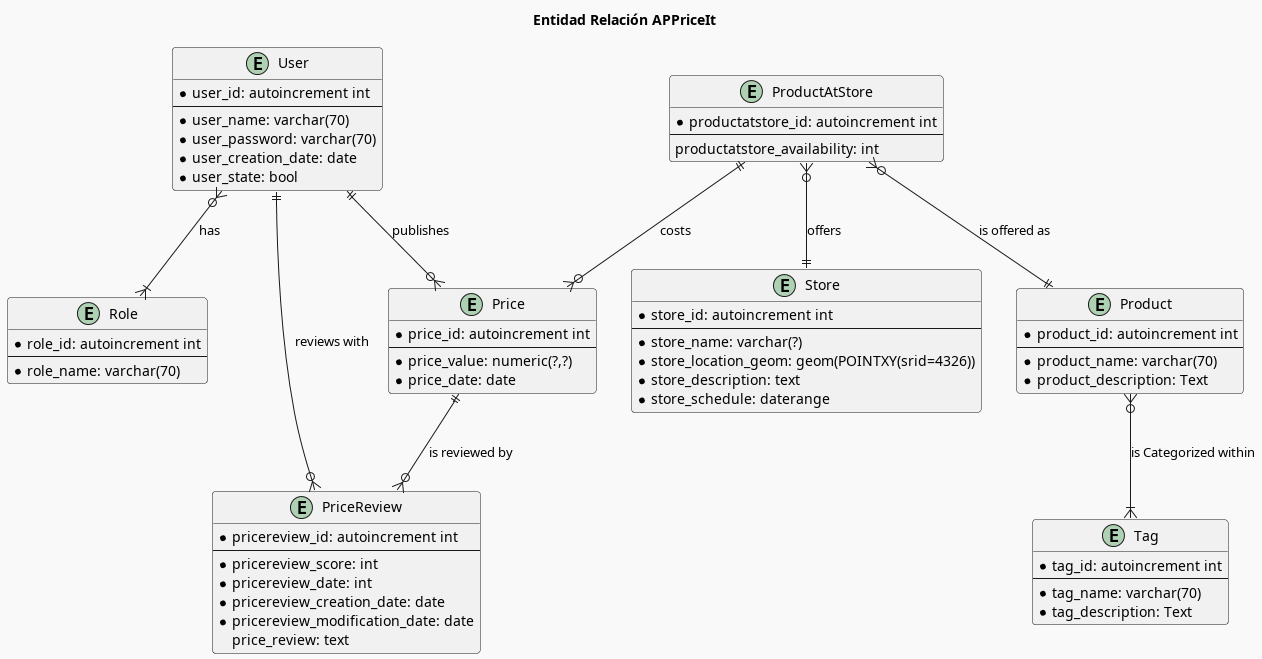
Above: docs/entity_relationship/er.png in ProgramaPatos/APPriceIt_Backend (PlantUML), before the change. Its diagram source:
```plantuml
@startuml er
allow_mixing
!include ../constants.plantuml
!procedure $rel($name, $from, $modFrom, $to, $modTo, $desc="")
    $from $modFrom-- $name
    $name --$modTo $to
    class $name << (R,#CB0E00) $desc >>
!endprocedure

title Entidad Relación APPriceIt

entity User {
    * user_id: autoincrement int
    --
    * user_name: varchar(70)
    * user_password: varchar(70)
    * user_creation_date: date
    * user_state: bool
}

entity Role {
    * role_id: autoincrement int
    --
    * role_name: varchar(70)
}

User }o--|{ Role : has

Entity Store {
    * store_id: autoincrement int
    --
    * store_name: varchar(?)
    * store_location_geom: geom(POINTXY(srid=4326))
    * store_description: text
    * store_schedule: daterange
}

Entity Product {
    * product_id: autoincrement int
    --
    * product_name: varchar(70)
    * product_description: Text
}


Entity Tag {
    * tag_id: autoincrement int
    --
    * tag_name: varchar(70)
    * tag_description: Text
}


Product }o--|{ Tag : is Categorized within

Entity Price {
    * price_id: autoincrement int
    --
    * price_value: numeric(?,?)
    * price_date: date
}

User ||--o{ Price : publishes


Entity PriceReview {
    * pricereview_id: autoincrement int
    --
    * pricereview_score: int
    * pricereview_date: int
    * pricereview_creation_date: date
    * pricereview_modification_date: date
    price_review: text
}

Price ||--o{ PriceReview : is reviewed by
User ||--o{ PriceReview : reviews with


Entity ProductAtStore {
    * productatstore_id: autoincrement int
    --
    productatstore_availability: int
}

ProductAtStore }o--|| Store : offers
ProductAtStore }o--|| Product : is offered as

ProductAtStore ||--o{ Price : costs


@enduml
```
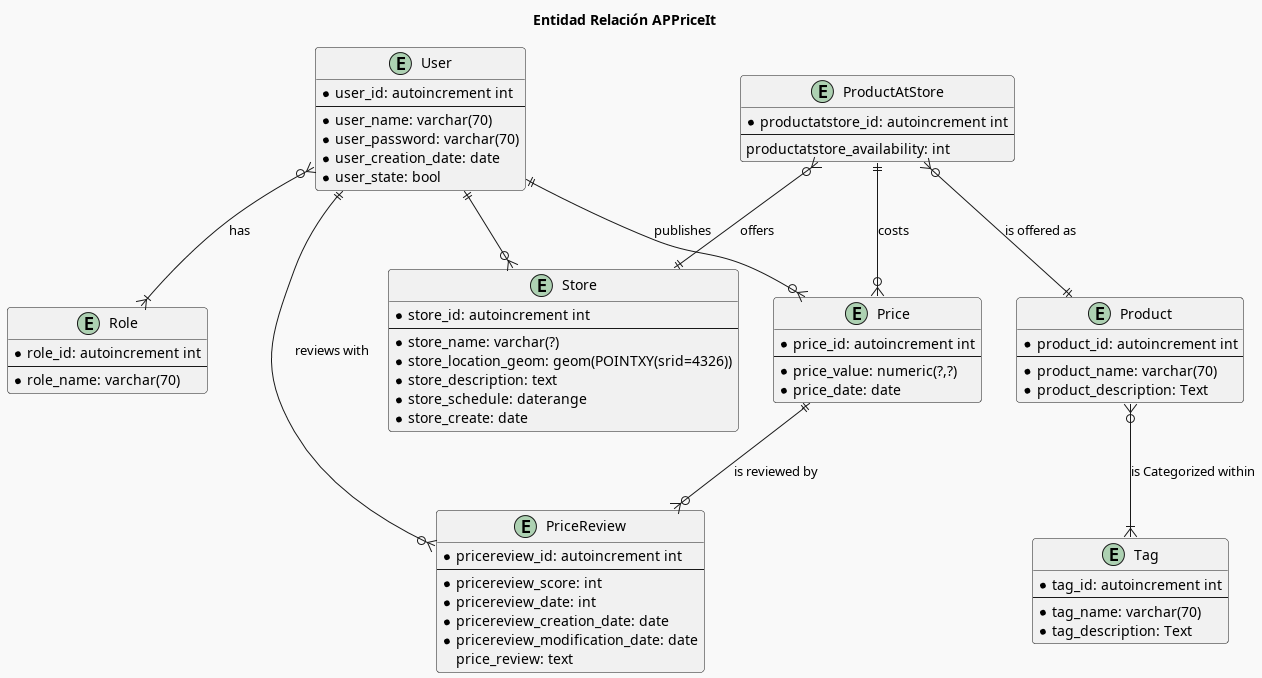
Above is the later version.

Commit message:
docs: er a store must have a creator user

Change to the diagram source:
```diff
@@ -9,6 +9,17 @@
 
 title Entidad Relación APPriceIt
 
+Entity Store {
+    * store_id: autoincrement int
+    --
+    * store_name: varchar(?)
+    * store_location_geom: geom(POINTXY(srid=4326))
+    * store_description: text
+    * store_schedule: daterange
+    * store_create: date
+}
+
+
 entity User {
     * user_id: autoincrement int
     --
@@ -18,6 +29,8 @@
     * user_state: bool
 }
 
+User ||--o{ Store
+
 entity Role {
     * role_id: autoincrement int
     --
@@ -26,14 +39,6 @@
 
 User }o--|{ Role : has
 
-Entity Store {
-    * store_id: autoincrement int
-    --
-    * store_name: varchar(?)
-    * store_location_geom: geom(POINTXY(srid=4326))
-    * store_description: text
-    * store_schedule: daterange
-}
 
 Entity Product {
     * product_id: autoincrement int
```
